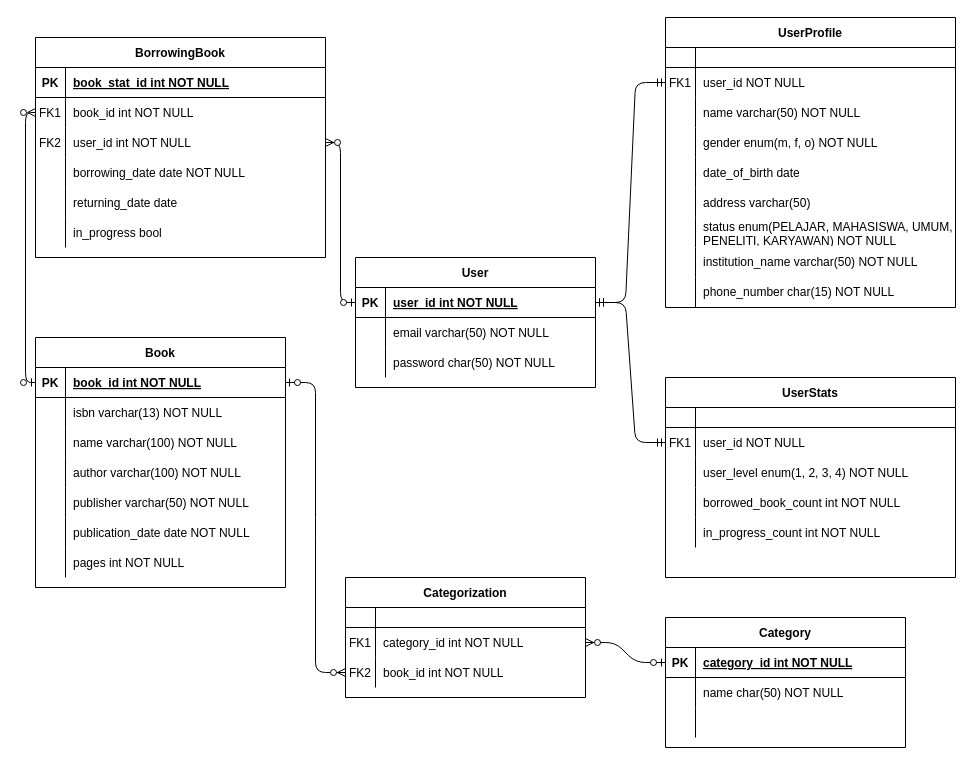
This is public/img/database_scheme.drawio from praktikum-tiunpad-2021/proyek-web-asal-in, a draw.io file, before an edit. Source tidied: cells renumbered, new cells numbered last; positions are measured from the earlier drawing's top-left corner, leaving out a move shared by most shapes. Both pictures are drawn from the tidied source at 100%, with x=0, y=0 at pixel (35, 17).
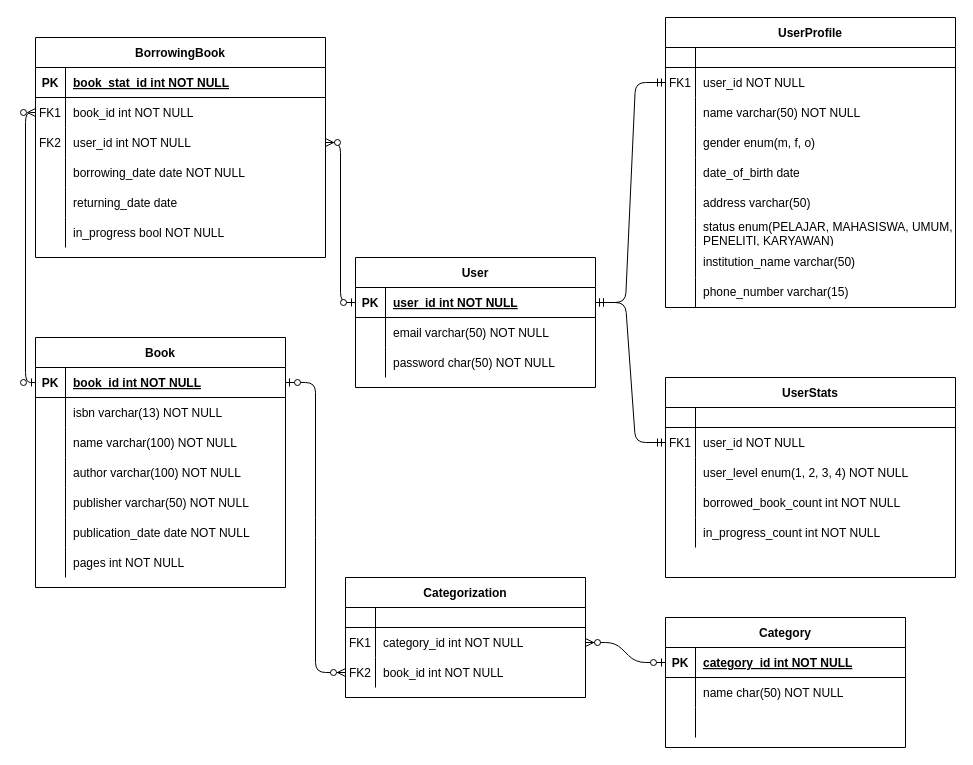
The same diagram, later.

The change refers to these unchanged cells:
```xml
<mxCell id="34" style="shape=partialRectangle;fillColor=none;top=0;left=0;right=0;bottom=0;" parent="24" vertex="1">
  <mxGeometry y="110" width="290" height="30" as="geometry" />
</mxCell>
<mxCell id="43" style="shape=partialRectangle;fillColor=none;top=0;left=0;right=0;bottom=0;" parent="24" vertex="1">
  <mxGeometry y="200" width="290" height="30" as="geometry" />
</mxCell>
<mxCell id="46" style="shape=partialRectangle;fillColor=none;top=0;left=0;right=0;bottom=0;" parent="24" vertex="1">
  <mxGeometry y="230" width="290" height="30" as="geometry" />
</mxCell>
<mxCell id="49" style="shape=partialRectangle;fillColor=none;top=0;left=0;right=0;bottom=0;" parent="24" vertex="1">
  <mxGeometry y="260" width="290" height="30" as="geometry" />
</mxCell>
<mxCell id="94" style="shape=partialRectangle;fillColor=none;top=0;left=0;right=0;bottom=0;" parent="78" vertex="1">
  <mxGeometry y="180" width="290" height="30" as="geometry" />
</mxCell>
```

What changed in the source:
```diff
@@
-    <mxCell id="36" value="gender enum(m, f, o) NOT NULL" style="shape=partialRectangle;overflow=hidden;fillColor=none;top=0;left=0;bottom=0;right=0;align=left;spacingLeft=6;" parent="34" vertex="1">
+    <mxCell id="36" value="gender enum(m, f, o)" style="shape=partialRectangle;overflow=hidden;fillColor=none;top=0;left=0;bottom=0;right=0;align=left;spacingLeft=6;" parent="34" vertex="1">
       <mxGeometry x="30" width="260" height="30" as="geometry" />
     </mxCell>
@@
-    <mxCell id="45" value="status enum(PELAJAR, MAHASISWA, UMUM, PENELITI, KARYAWAN) NOT NULL" style="shape=partialRectangle;overflow=hidden;fillColor=none;top=0;left=0;bottom=0;right=0;align=left;spacingLeft=6;whiteSpace=wrap;" parent="43" vertex="1">
+    <mxCell id="45" value="status enum(PELAJAR, MAHASISWA, UMUM, PENELITI, KARYAWAN)" style="shape=partialRectangle;overflow=hidden;fillColor=none;top=0;left=0;bottom=0;right=0;align=left;spacingLeft=6;whiteSpace=wrap;" parent="43" vertex="1">
       <mxGeometry x="30" width="260" height="30" as="geometry" />
     </mxCell>
@@
-    <mxCell id="48" value="institution_name varchar(50) NOT NULL" style="shape=partialRectangle;overflow=hidden;fillColor=none;top=0;left=0;bottom=0;right=0;align=left;spacingLeft=6;whiteSpace=wrap;" parent="46" vertex="1">
+    <mxCell id="48" value="institution_name varchar(50)" style="shape=partialRectangle;overflow=hidden;fillColor=none;top=0;left=0;bottom=0;right=0;align=left;spacingLeft=6;whiteSpace=wrap;" parent="46" vertex="1">
       <mxGeometry x="30" width="260" height="30" as="geometry" />
     </mxCell>
@@
-    <mxCell id="51" value="phone_number char(15) NOT NULL" style="shape=partialRectangle;overflow=hidden;fillColor=none;top=0;left=0;bottom=0;right=0;align=left;spacingLeft=6;whiteSpace=wrap;" parent="49" vertex="1">
+    <mxCell id="51" value="phone_number varchar(15)" style="shape=partialRectangle;overflow=hidden;fillColor=none;top=0;left=0;bottom=0;right=0;align=left;spacingLeft=6;whiteSpace=wrap;" parent="49" vertex="1">
       <mxGeometry x="30" width="260" height="30" as="geometry" />
     </mxCell>
@@
-    <mxCell id="96" value="in_progress bool " style="shape=partialRectangle;overflow=hidden;fillColor=none;top=0;left=0;bottom=0;right=0;align=left;spacingLeft=6;" parent="94" vertex="1">
+    <mxCell id="96" value="in_progress bool NOT NULL" style="shape=partialRectangle;overflow=hidden;fillColor=none;top=0;left=0;bottom=0;right=0;align=left;spacingLeft=6;" parent="94" vertex="1">
       <mxGeometry x="30" width="260" height="30" as="geometry" />
     </mxCell>
```
